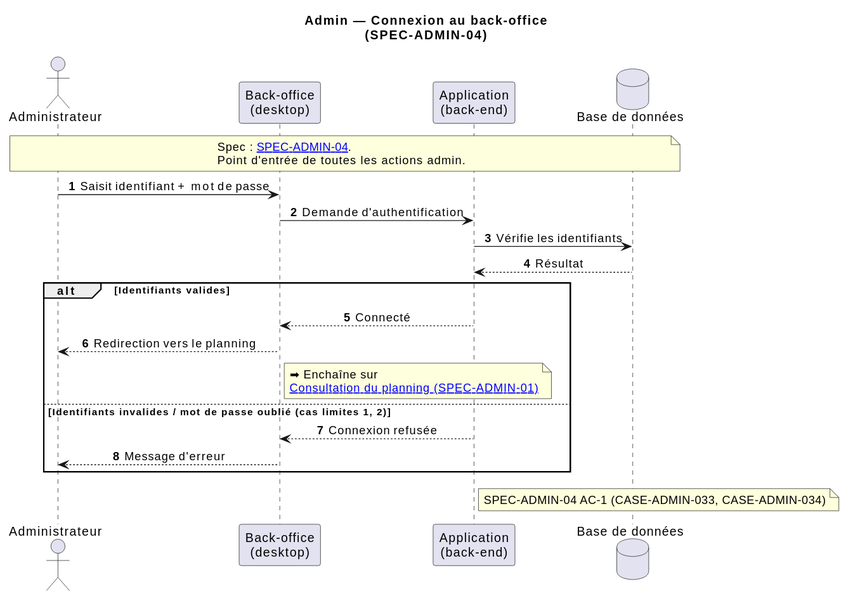
Before: concept/uml/sequences/admin-login.svg, a diagram exported from PlantUML (Pinguin211/Ti_Baleine).
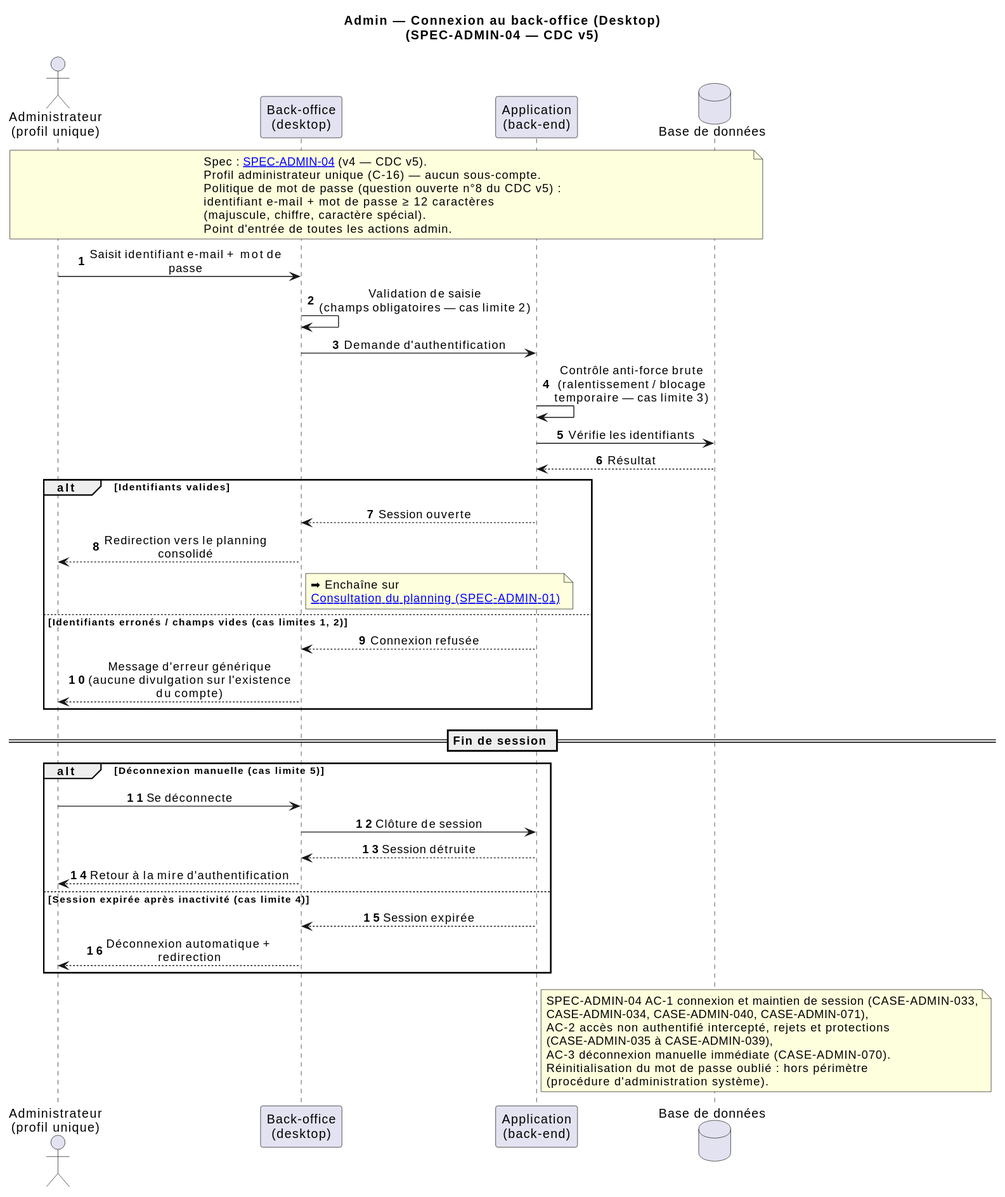
After the change.

What changed in the source:
```diff
@@ -1,34 +1,60 @@
 @startuml
-title Admin — Connexion au back-office\n(SPEC-ADMIN-04)
+title Admin — Connexion au back-office (Desktop)\n(SPEC-ADMIN-04 — CDC v5)
 
 skinparam sequenceMessageAlign center
 skinparam maxMessageSize 240
 autonumber
 
-actor "Administrateur" as Admin
+actor "Administrateur\n(profil unique)" as Admin
 participant "Back-office\n(desktop)" as BO
 participant "Application\n(back-end)" as App
 database "Base de données" as BDD
 
 note over Admin, BDD
-  Spec : [[../../../specs/admin.md SPEC-ADMIN-04]].
+  Spec : [[../../../specs/admin.md SPEC-ADMIN-04]] (v4 — CDC v5).
+  Profil administrateur unique (C-16) — aucun sous-compte.
+  Politique de mot de passe (question ouverte n°8 du CDC v5) :
+  identifiant e-mail + mot de passe ≥ 12 caractères
+  (majuscule, chiffre, caractère spécial).
   Point d'entrée de toutes les actions admin.
 end note
 
-Admin -> BO : Saisit identifiant + mot de passe
+Admin -> BO : Saisit identifiant e-mail + mot de passe
+BO -> BO : Validation de saisie\n(champs obligatoires — cas limite 2)
 BO -> App : Demande d'authentification
+App -> App : Contrôle anti-force brute\n(ralentissement / blocage temporaire — cas limite 3)
 App -> BDD : Vérifie les identifiants
 BDD --> App : Résultat
 alt Identifiants valides
-    App --> BO : Connecté
-    BO --> Admin : Redirection vers le planning
+    App --> BO : Session ouverte
+    BO --> Admin : Redirection vers le planning consolidé
     note right of BO
       ➡ Enchaîne sur
       [[admin-consultation-planning.svg Consultation du planning (SPEC-ADMIN-01)]]
     end note
-else Identifiants invalides / mot de passe oublié (cas limites 1, 2)
+else Identifiants erronés / champs vides (cas limites 1, 2)
     App --> BO : Connexion refusée
-    BO --> Admin : Message d'erreur
+    BO --> Admin : Message d'erreur générique\n(aucune divulgation sur l'existence du compte)
 end
-note right of App : SPEC-ADMIN-04 AC-1 (CASE-ADMIN-033, CASE-ADMIN-034)
+
+== Fin de session ==
+alt Déconnexion manuelle (cas limite 5)
+    Admin -> BO : Se déconnecte
+    BO -> App : Clôture de session
+    App --> BO : Session détruite
+    BO --> Admin : Retour à la mire d'authentification
+else Session expirée après inactivité (cas limite 4)
+    App --> BO : Session expirée
+    BO --> Admin : Déconnexion automatique + redirection
+end
+
+note right of App
+  SPEC-ADMIN-04 AC-1 connexion et maintien de session (CASE-ADMIN-033,
+  CASE-ADMIN-034, CASE-ADMIN-040, CASE-ADMIN-071),
+  AC-2 accès non authentifié intercepté, rejets et protections
+  (CASE-ADMIN-035 à CASE-ADMIN-039),
+  AC-3 déconnexion manuelle immédiate (CASE-ADMIN-070).
+  Réinitialisation du mot de passe oublié : hors périmètre
+  (procédure d'administration système).
+end note
 @enduml
```
